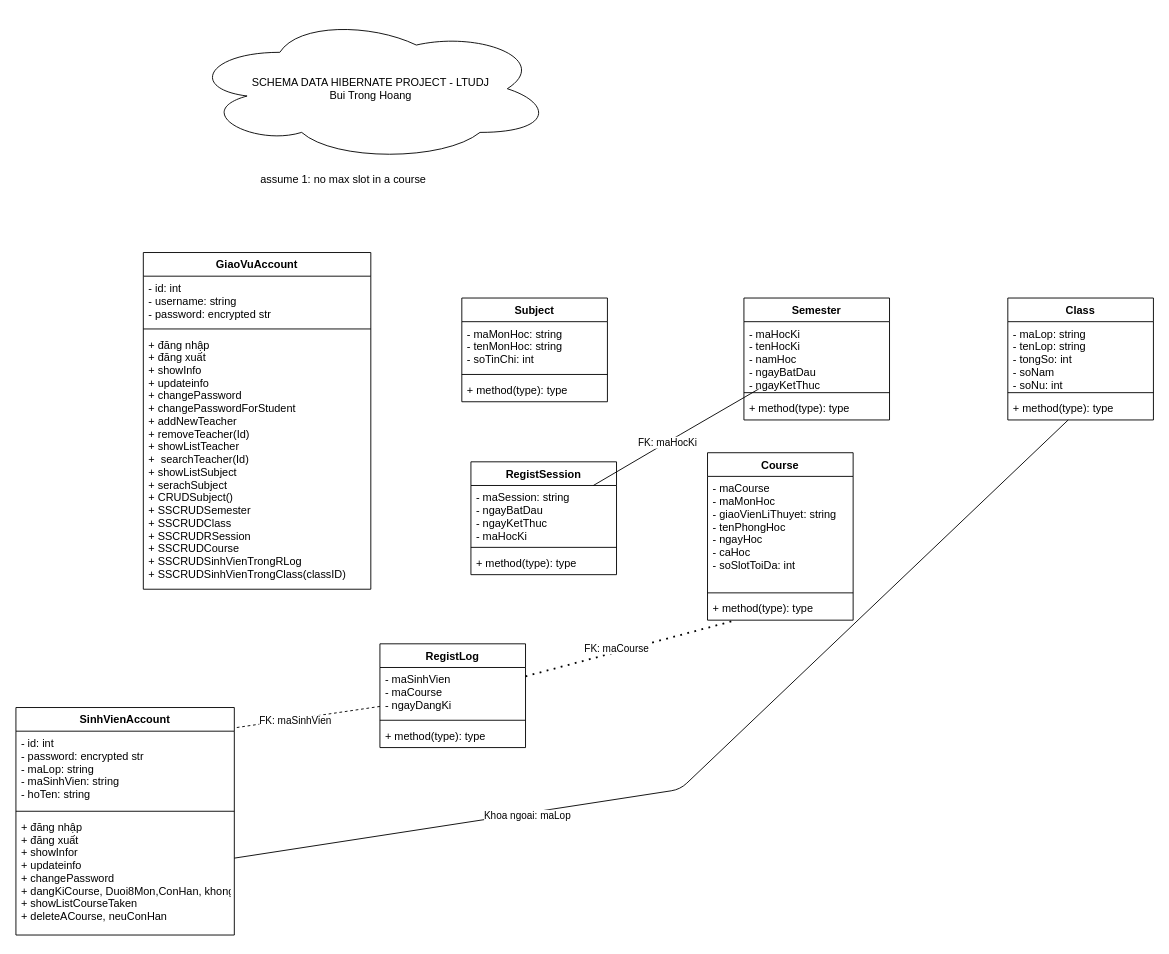
Before: data/DataSchema.drawio in TrongHoang21/LTUDJava-DoAnHibernate, a draw.io diagram. Source tidied: cells renumbered, new cells numbered last; positions are measured from the earlier drawing's top-left corner, leaving out a move shared by most shapes. Both pictures are drawn from the tidied source at 91%, with x=0, y=0 at pixel (15, 15).
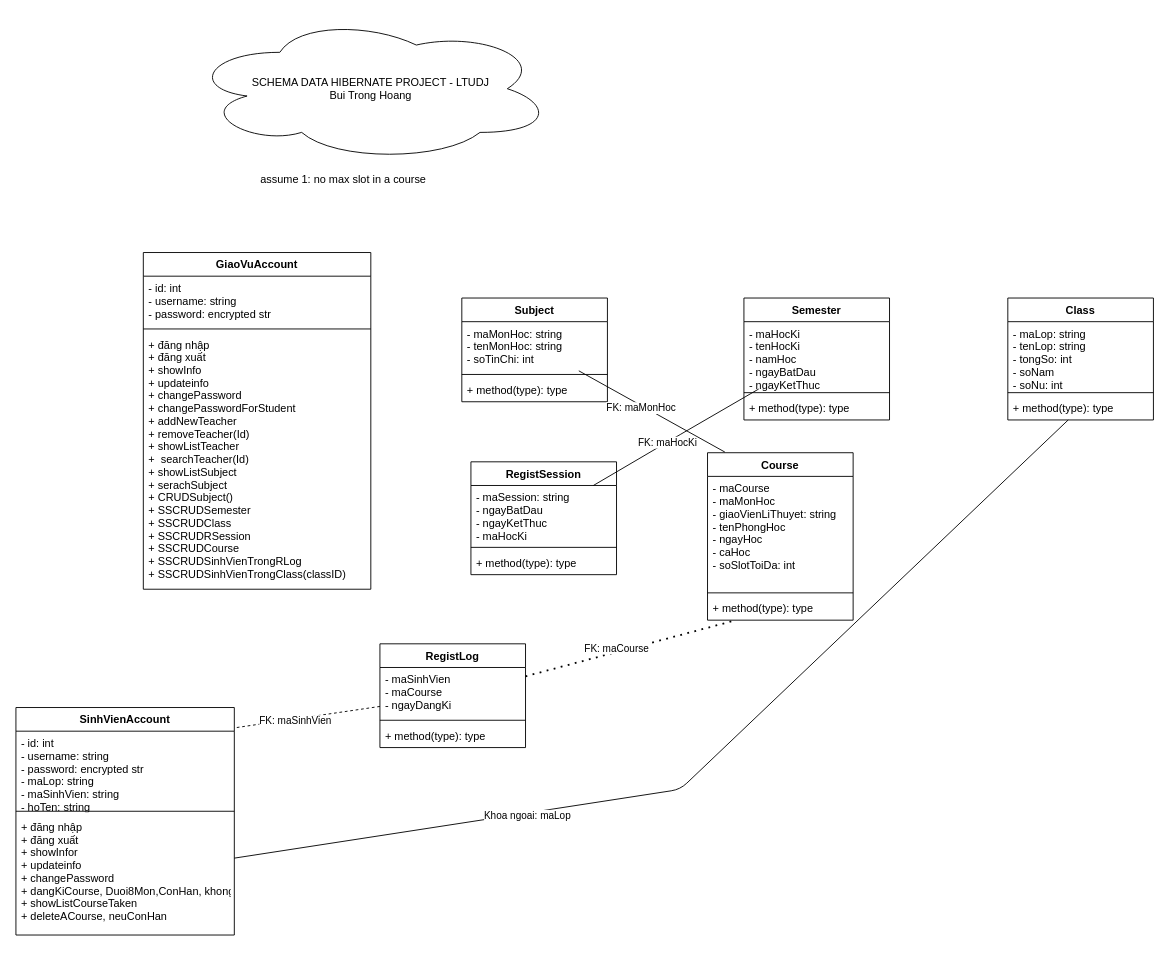
Above is the later version.

Commit message (it also covers changes not shown here):
working on sql schema

The change refers to these unchanged cells:
```xml
<mxCell id="6" value="SinhVienAccount&#10;" style="swimlane;fontStyle=1;align=center;verticalAlign=top;horizontal=1;startSize=26;" parent="1" vertex="1">
  <mxGeometry y="760" width="240" height="250" as="geometry" />
</mxCell>
<mxCell id="11" value="- maMonHoc: string&#10;- tenMonHoc: string&#10;- soTinChi: int" style="text;strokeColor=none;fillColor=none;align=left;verticalAlign=top;spacingLeft=4;spacingRight=4;overflow=hidden;points=[[0,0.5],[1,0.5]];portConstraint=eastwest;" parent="10" vertex="1">
  <mxGeometry y="26" width="160" height="54" as="geometry" />
</mxCell>
<mxCell id="26" value="Course" style="swimlane;fontStyle=1;align=center;verticalAlign=top;horizontal=1;startSize=26;" parent="1" vertex="1">
  <mxGeometry x="760" y="480" width="160" height="184" as="geometry" />
</mxCell>
```

What changed in the source:
```diff
@@
-    <mxCell id="7" value="- id: int&#10;- password: encrypted str&#10;- maLop: string&#10;- maSinhVien: string&#10;- hoTen: string&#10;" style="text;strokeColor=none;fillColor=none;align=left;verticalAlign=top;spacingLeft=4;spacingRight=4;overflow=hidden;" parent="6" vertex="1">
+    <mxCell id="7" value="- id: int&#10;- username: string&#10;- password: encrypted str&#10;- maLop: string&#10;- maSinhVien: string&#10;- hoTen: string&#10;" style="text;strokeColor=none;fillColor=none;align=left;verticalAlign=top;spacingLeft=4;spacingRight=4;overflow=hidden;" parent="6" vertex="1">
       <mxGeometry y="26" width="240" height="84" as="geometry" />
     </mxCell>
@@
+    <mxCell id="44" style="endArrow=none;html=1;entryX=0.119;entryY=-0.004;entryDx=0;entryDy=0;entryPerimeter=0;" parent="1" edge="1" source="11" target="26">
+      <mxGeometry relative="1" as="geometry" />
+    </mxCell>
+    <mxCell id="45" value="FK: maMonHoc" style="edgeLabel;html=1;align=center;verticalAlign=middle;" parent="44" vertex="1">
+      <mxGeometry x="-0.14" y="-2" relative="1" as="geometry" />
+    </mxCell>
```
